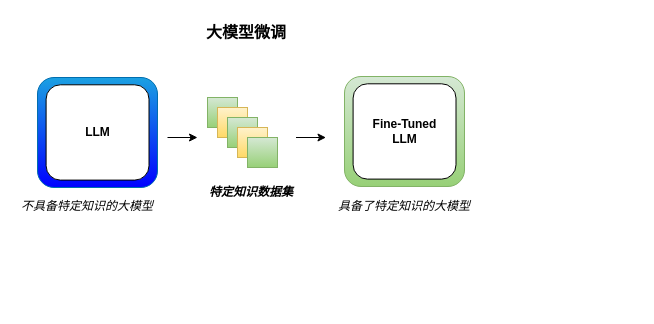
This is assets/finetune.drawio from ShizhongP/dl-notes, a draw.io file, before an edit. Source tidied: cells renumbered, new cells numbered last; positions are measured from the earlier drawing's top-left corner, leaving out a move shared by most shapes. Both pictures are drawn from the tidied source at 100%, with x=0, y=0 at pixel (17, 17).
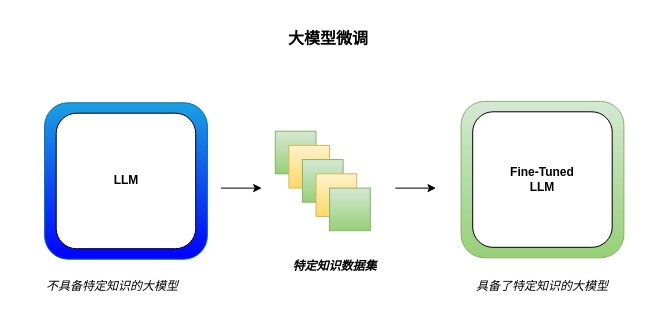
The same page after the edit.

What changed in the source:
```diff
@@
+    <mxCell id="20" style="group;" parent="1" vertex="1">
+      <mxGeometry width="620" height="290" as="geometry" />
+    </mxCell>
-    <mxCell id="2" style="group;" parent="1" vertex="1">
-      <mxGeometry x="20" y="60" width="120" height="110" as="geometry" />
+    <mxCell id="2" style="group;" parent="20" vertex="1">
+      <mxGeometry x="27.1" y="85.3" width="162.8" height="156.4" as="geometry" />
     </mxCell>
     <mxCell id="3" style="rounded=1;whiteSpace=wrap;html=1;fillColor=#1ba1e2;strokeColor=#006EAF;fontColor=#ffffff;gradientColor=#0000FF;" parent="2" vertex="1">
-      <mxGeometry width="120" height="110" as="geometry" />
+      <mxGeometry width="162.8" height="156.4" as="geometry" />
     </mxCell>
     <mxCell id="4" value="&lt;b&gt;LLM&lt;/b&gt;" style="rounded=1;whiteSpace=wrap;html=1;" parent="2" vertex="1">
-      <mxGeometry x="8.6" y="7.3" width="102.9" height="95.3" as="geometry" />
+      <mxGeometry x="11.6" y="10.4" width="139.5" height="135.5" as="geometry" />
     </mxCell>
-    <mxCell id="5" style="group;" parent="1" vertex="1">
-      <mxGeometry x="327" y="59" width="120" height="110" as="geometry" />
+    <mxCell id="5" style="group;" parent="20" vertex="1">
+      <mxGeometry x="443.6" y="83.9" width="162.8" height="156.4" as="geometry" />
     </mxCell>
     <mxCell id="6" style="rounded=1;whiteSpace=wrap;html=1;fillColor=#d5e8d4;strokeColor=#82b366;gradientColor=#97d077;" parent="5" vertex="1">
-      <mxGeometry width="120" height="110" as="geometry" />
+      <mxGeometry width="162.8" height="156.4" as="geometry" />
     </mxCell>
     <mxCell id="7" value="&lt;div&gt;&lt;b&gt;Fine-Tuned&lt;/b&gt;&lt;/div&gt;&lt;div&gt;&lt;b&gt;LLM&lt;/b&gt;&lt;/div&gt;" style="rounded=1;whiteSpace=wrap;html=1;" parent="5" vertex="1">
-      <mxGeometry x="8.6" y="7.3" width="102.9" height="95.3" as="geometry" />
+      <mxGeometry x="11.6" y="10.4" width="139.5" height="135.5" as="geometry" />
     </mxCell>
-    <mxCell id="8" style="group;" parent="1" vertex="1">
-      <mxGeometry x="190" y="80" width="70" height="70" as="geometry" />
+    <mxCell id="8" style="group;" parent="20" vertex="1">
+      <mxGeometry x="257.8" y="113.7" width="95" height="99.5" as="geometry" />
     </mxCell>
     <mxCell id="9" style="rounded=0;whiteSpace=wrap;html=1;fillColor=#d5e8d4;strokeColor=#82b366;gradientColor=#97d077;" parent="8" vertex="1">
-      <mxGeometry width="30" height="30" as="geometry" />
+      <mxGeometry width="40.7" height="42.6" as="geometry" />
     </mxCell>
     <mxCell id="10" style="rounded=0;whiteSpace=wrap;html=1;fillColor=#fff2cc;strokeColor=#d6b656;gradientColor=#ffd966;" parent="8" vertex="1">
-      <mxGeometry x="10" y="10" width="30" height="30" as="geometry" />
+      <mxGeometry x="13.6" y="14.2" width="40.7" height="42.6" as="geometry" />
     </mxCell>
     <mxCell id="11" style="rounded=0;whiteSpace=wrap;html=1;fillColor=#d5e8d4;strokeColor=#82b366;gradientColor=#97d077;" parent="8" vertex="1">
-      <mxGeometry x="20" y="20" width="30" height="30" as="geometry" />
+      <mxGeometry x="27.1" y="28.4" width="40.7" height="42.6" as="geometry" />
     </mxCell>
     <mxCell id="12" style="rounded=0;whiteSpace=wrap;html=1;fillColor=#fff2cc;strokeColor=#d6b656;gradientColor=#ffd966;" parent="8" vertex="1">
-      <mxGeometry x="30" y="30" width="30" height="30" as="geometry" />
+      <mxGeometry x="40.7" y="42.6" width="40.7" height="42.6" as="geometry" />
     </mxCell>
     <mxCell id="13" style="rounded=0;whiteSpace=wrap;html=1;fillColor=#d5e8d4;strokeColor=#82b366;gradientColor=#97d077;" parent="8" vertex="1">
-      <mxGeometry x="40" y="40" width="30" height="30" as="geometry" />
+      <mxGeometry x="54.3" y="56.9" width="40.7" height="42.6" as="geometry" />
     </mxCell>
-    <mxCell id="14" value="&lt;i&gt;&lt;b&gt;特定知识数据集&lt;/b&gt;&lt;/i&gt;" style="text;html=1;align=center;verticalAlign=middle;whiteSpace=wrap;rounded=0;" parent="1" vertex="1">
-      <mxGeometry x="174" y="160" width="120" height="30" as="geometry" />
+    <mxCell id="14" value="&lt;i&gt;&lt;b&gt;特定知识数据集&lt;/b&gt;&lt;/i&gt;" style="text;html=1;align=center;verticalAlign=middle;whiteSpace=wrap;rounded=0;" parent="20" vertex="1">
+      <mxGeometry x="236.1" y="227.5" width="162.8" height="42.6" as="geometry" />
     </mxCell>
-    <mxCell id="15" style="endArrow=classic;html=1;rounded=0;" parent="1" edge="1">
+    <mxCell id="15" style="endArrow=classic;html=1;rounded=0;" parent="20" edge="1">
       <mxGeometry relative="1" as="geometry">
-        <mxPoint x="150" y="120" as="sourcePoint" />
-        <mxPoint x="180" y="120" as="targetPoint" />
+        <mxPoint x="203.5" y="170.6" as="sourcePoint" />
+        <mxPoint x="244.2" y="170.6" as="targetPoint" />
       </mxGeometry>
     </mxCell>
-    <mxCell id="16" style="endArrow=classic;html=1;rounded=0;" parent="1" edge="1">
+    <mxCell id="16" style="endArrow=classic;html=1;rounded=0;" parent="20" edge="1">
       <mxGeometry relative="1" as="geometry">
-        <mxPoint x="278.5" y="120" as="sourcePoint" />
-        <mxPoint x="308.5" y="120" as="targetPoint" />
+        <mxPoint x="377.8" y="170.6" as="sourcePoint" />
+        <mxPoint x="418.5" y="170.6" as="targetPoint" />
       </mxGeometry>
     </mxCell>
-    <mxCell id="17" value="&lt;b&gt;&lt;font style=&quot;font-size: 16px;&quot;&gt;大模型微调&lt;/font&gt;&lt;/b&gt;" style="text;html=1;align=center;verticalAlign=middle;whiteSpace=wrap;rounded=0;" parent="1" vertex="1">
-      <mxGeometry x="164" width="130" height="30" as="geometry" />
+    <mxCell id="17" value="&lt;b&gt;&lt;font style=&quot;font-size: 16px;&quot;&gt;大模型微调&lt;/font&gt;&lt;/b&gt;" style="text;html=1;align=center;verticalAlign=middle;whiteSpace=wrap;rounded=0;" parent="20" vertex="1">
+      <mxGeometry x="222.5" width="176.4" height="42.6" as="geometry" />
     </mxCell>
-    <mxCell id="18" value="&lt;i&gt;具备了特定知识的大模型&lt;/i&gt;" style="text;html=1;align=center;verticalAlign=middle;whiteSpace=wrap;rounded=0;" parent="1" vertex="1">
-      <mxGeometry x="317" y="174" width="140" height="30" as="geometry" />
+    <mxCell id="18" value="&lt;i&gt;具备了特定知识的大模型&lt;/i&gt;" style="text;html=1;align=center;verticalAlign=middle;whiteSpace=wrap;rounded=0;" parent="20" vertex="1">
+      <mxGeometry x="430.1" y="247.4" width="189.9" height="42.6" as="geometry" />
     </mxCell>
-    <mxCell id="19" value="&lt;i&gt;不具备特定知识的大模型&lt;/i&gt;" style="text;html=1;align=center;verticalAlign=middle;whiteSpace=wrap;rounded=0;" parent="1" vertex="1">
-      <mxGeometry y="174" width="140" height="30" as="geometry" />
+    <mxCell id="19" value="&lt;i&gt;不具备特定知识的大模型&lt;/i&gt;" style="text;html=1;align=center;verticalAlign=middle;whiteSpace=wrap;rounded=0;" parent="20" vertex="1">
+      <mxGeometry y="247.4" width="189.9" height="42.6" as="geometry" />
     </mxCell>
```
